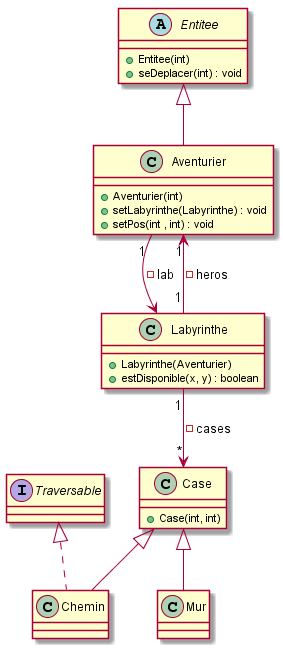
Above: documents/version_1/diagramme_classe.png in NunzioArdi/2019_coo_zeldiablo (PlantUML), before the change.
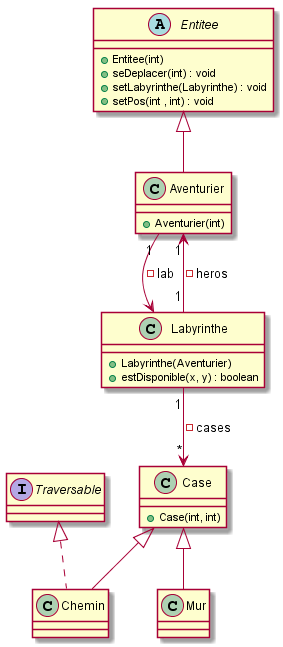
Later version of the same file.

Commit message:
maj diagramme de classe

Diff of the diagram source:
```diff
@@ -1,8 +1,6 @@
 @startuml
 class Aventurier{
 +Aventurier(int)
-+setLabyrinthe(Labyrinthe) : void
-+setPos(int , int) : void
 }
 
 class Labyrinthe{
@@ -26,6 +24,8 @@
 abstract class Entitee{
 +Entitee(int)
 +seDeplacer(int) : void
++setLabyrinthe(Labyrinthe) : void
++setPos(int , int) : void
 }
 
 Case <|-- Chemin
```
